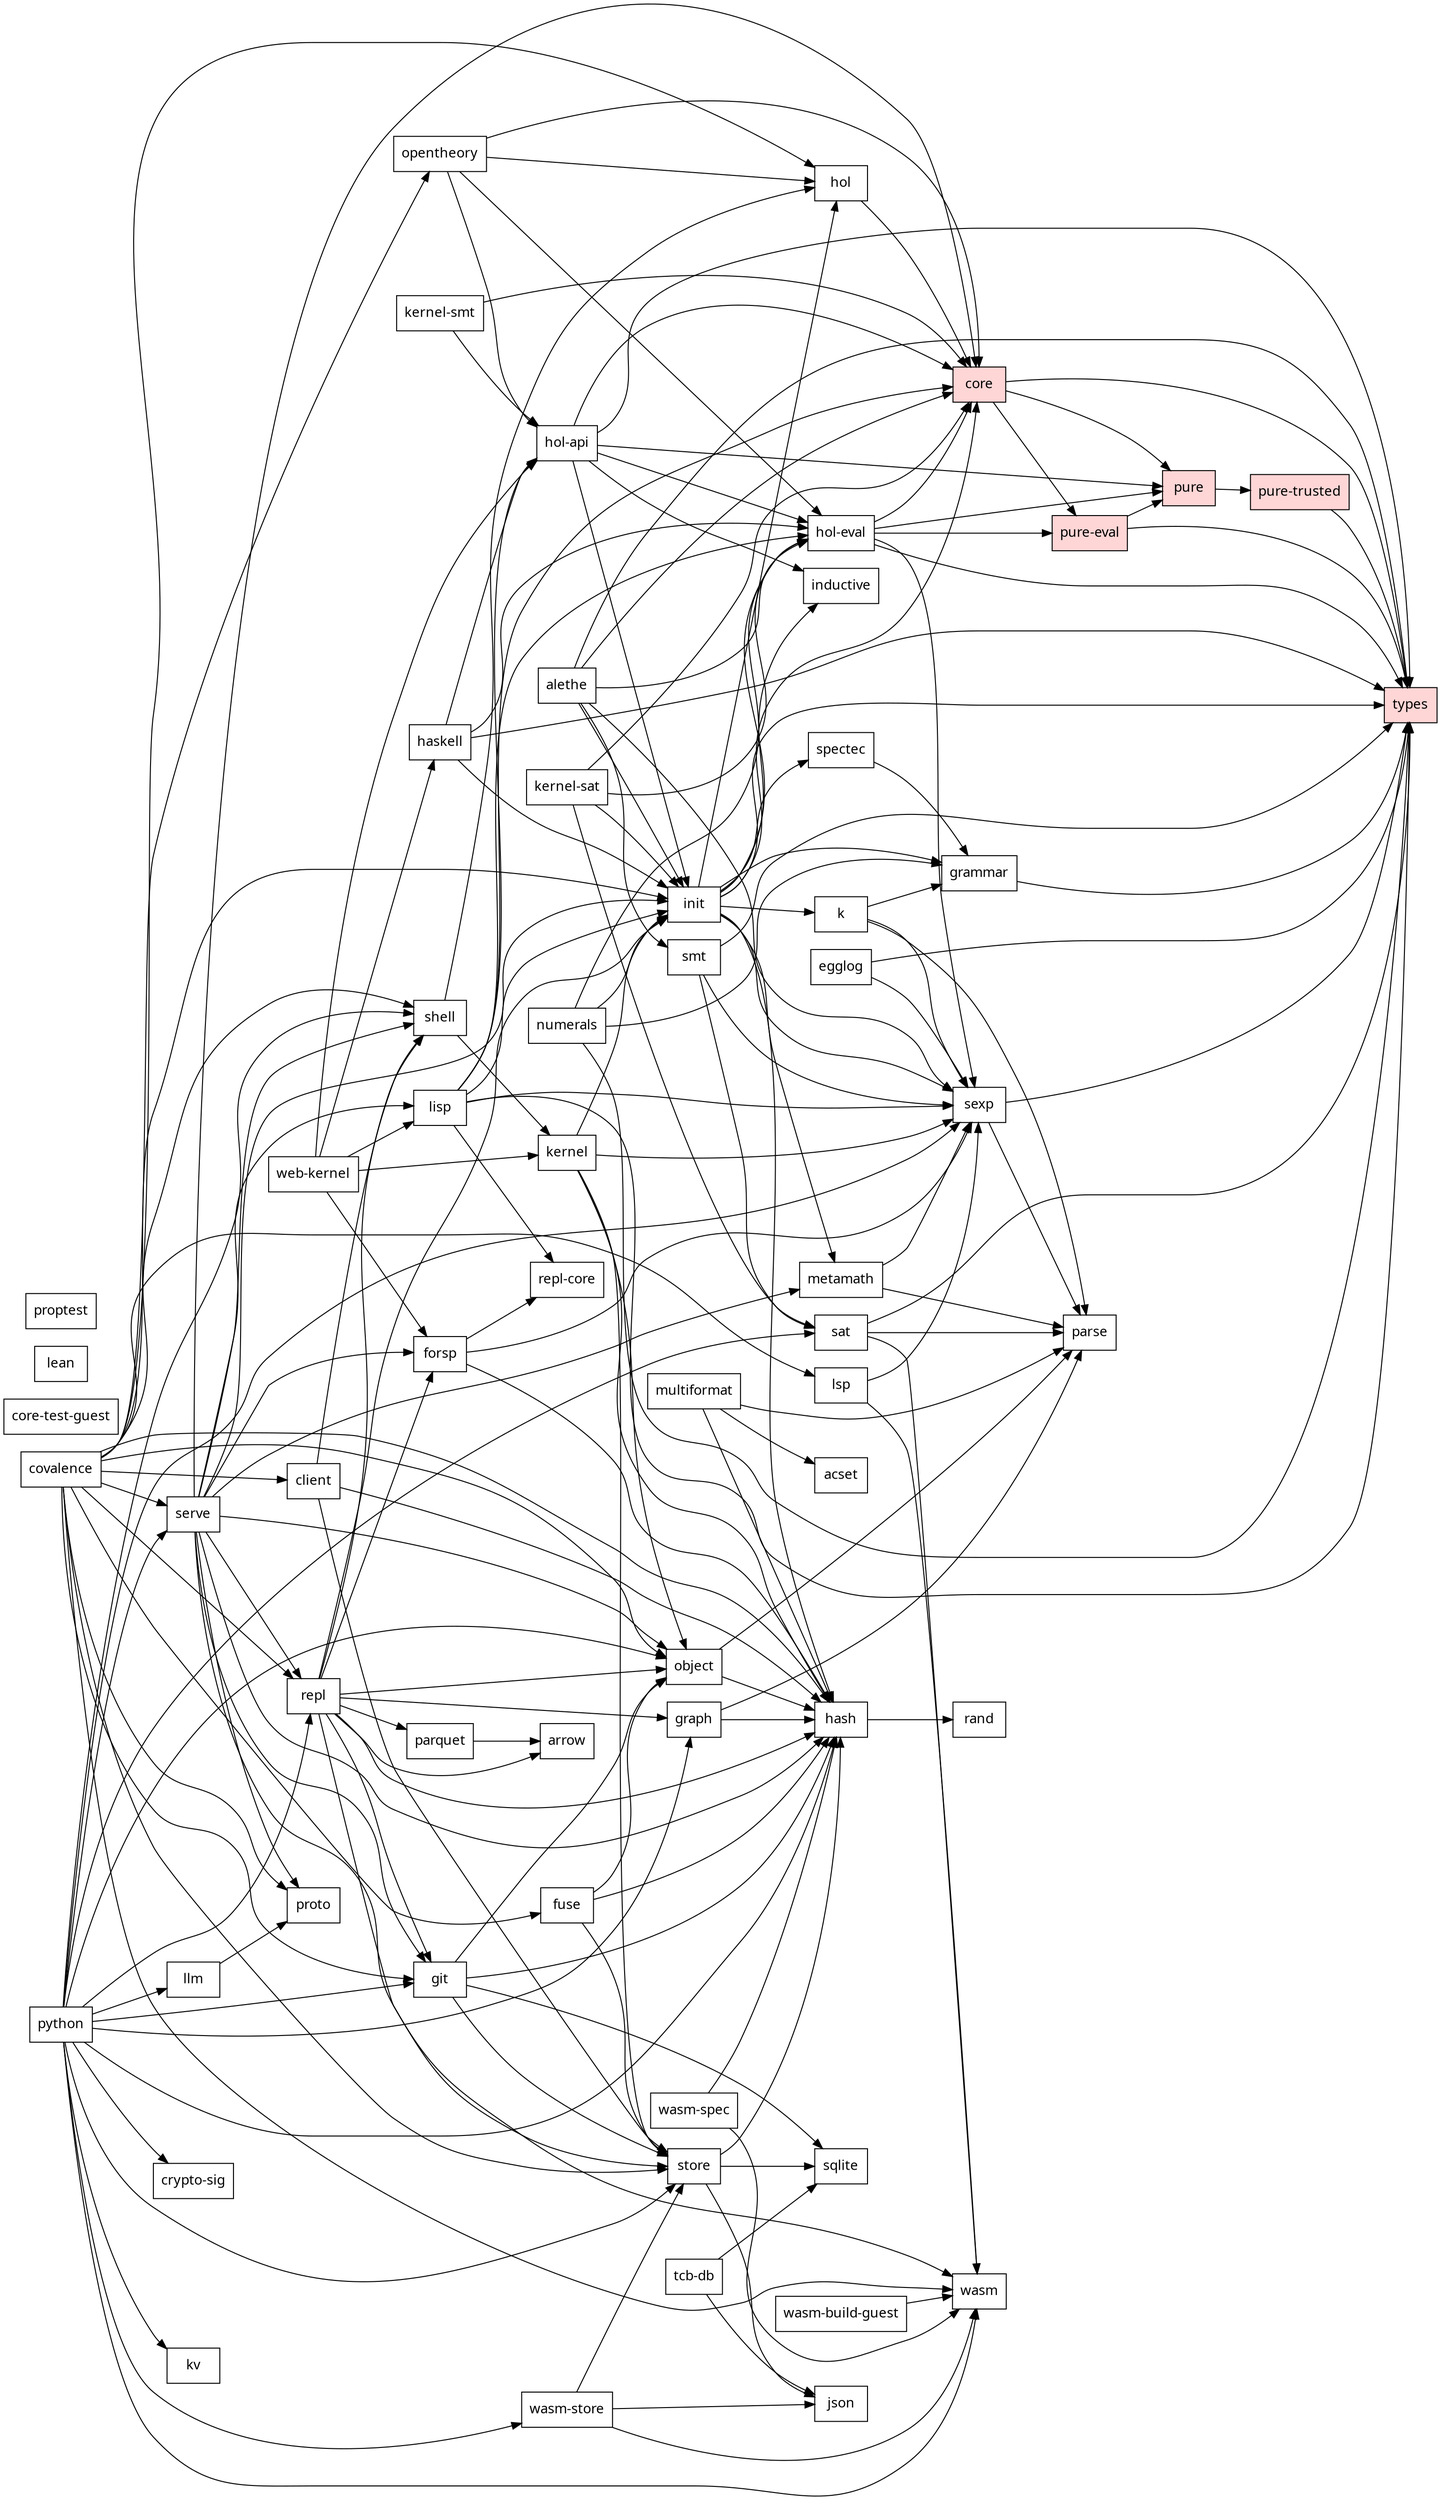
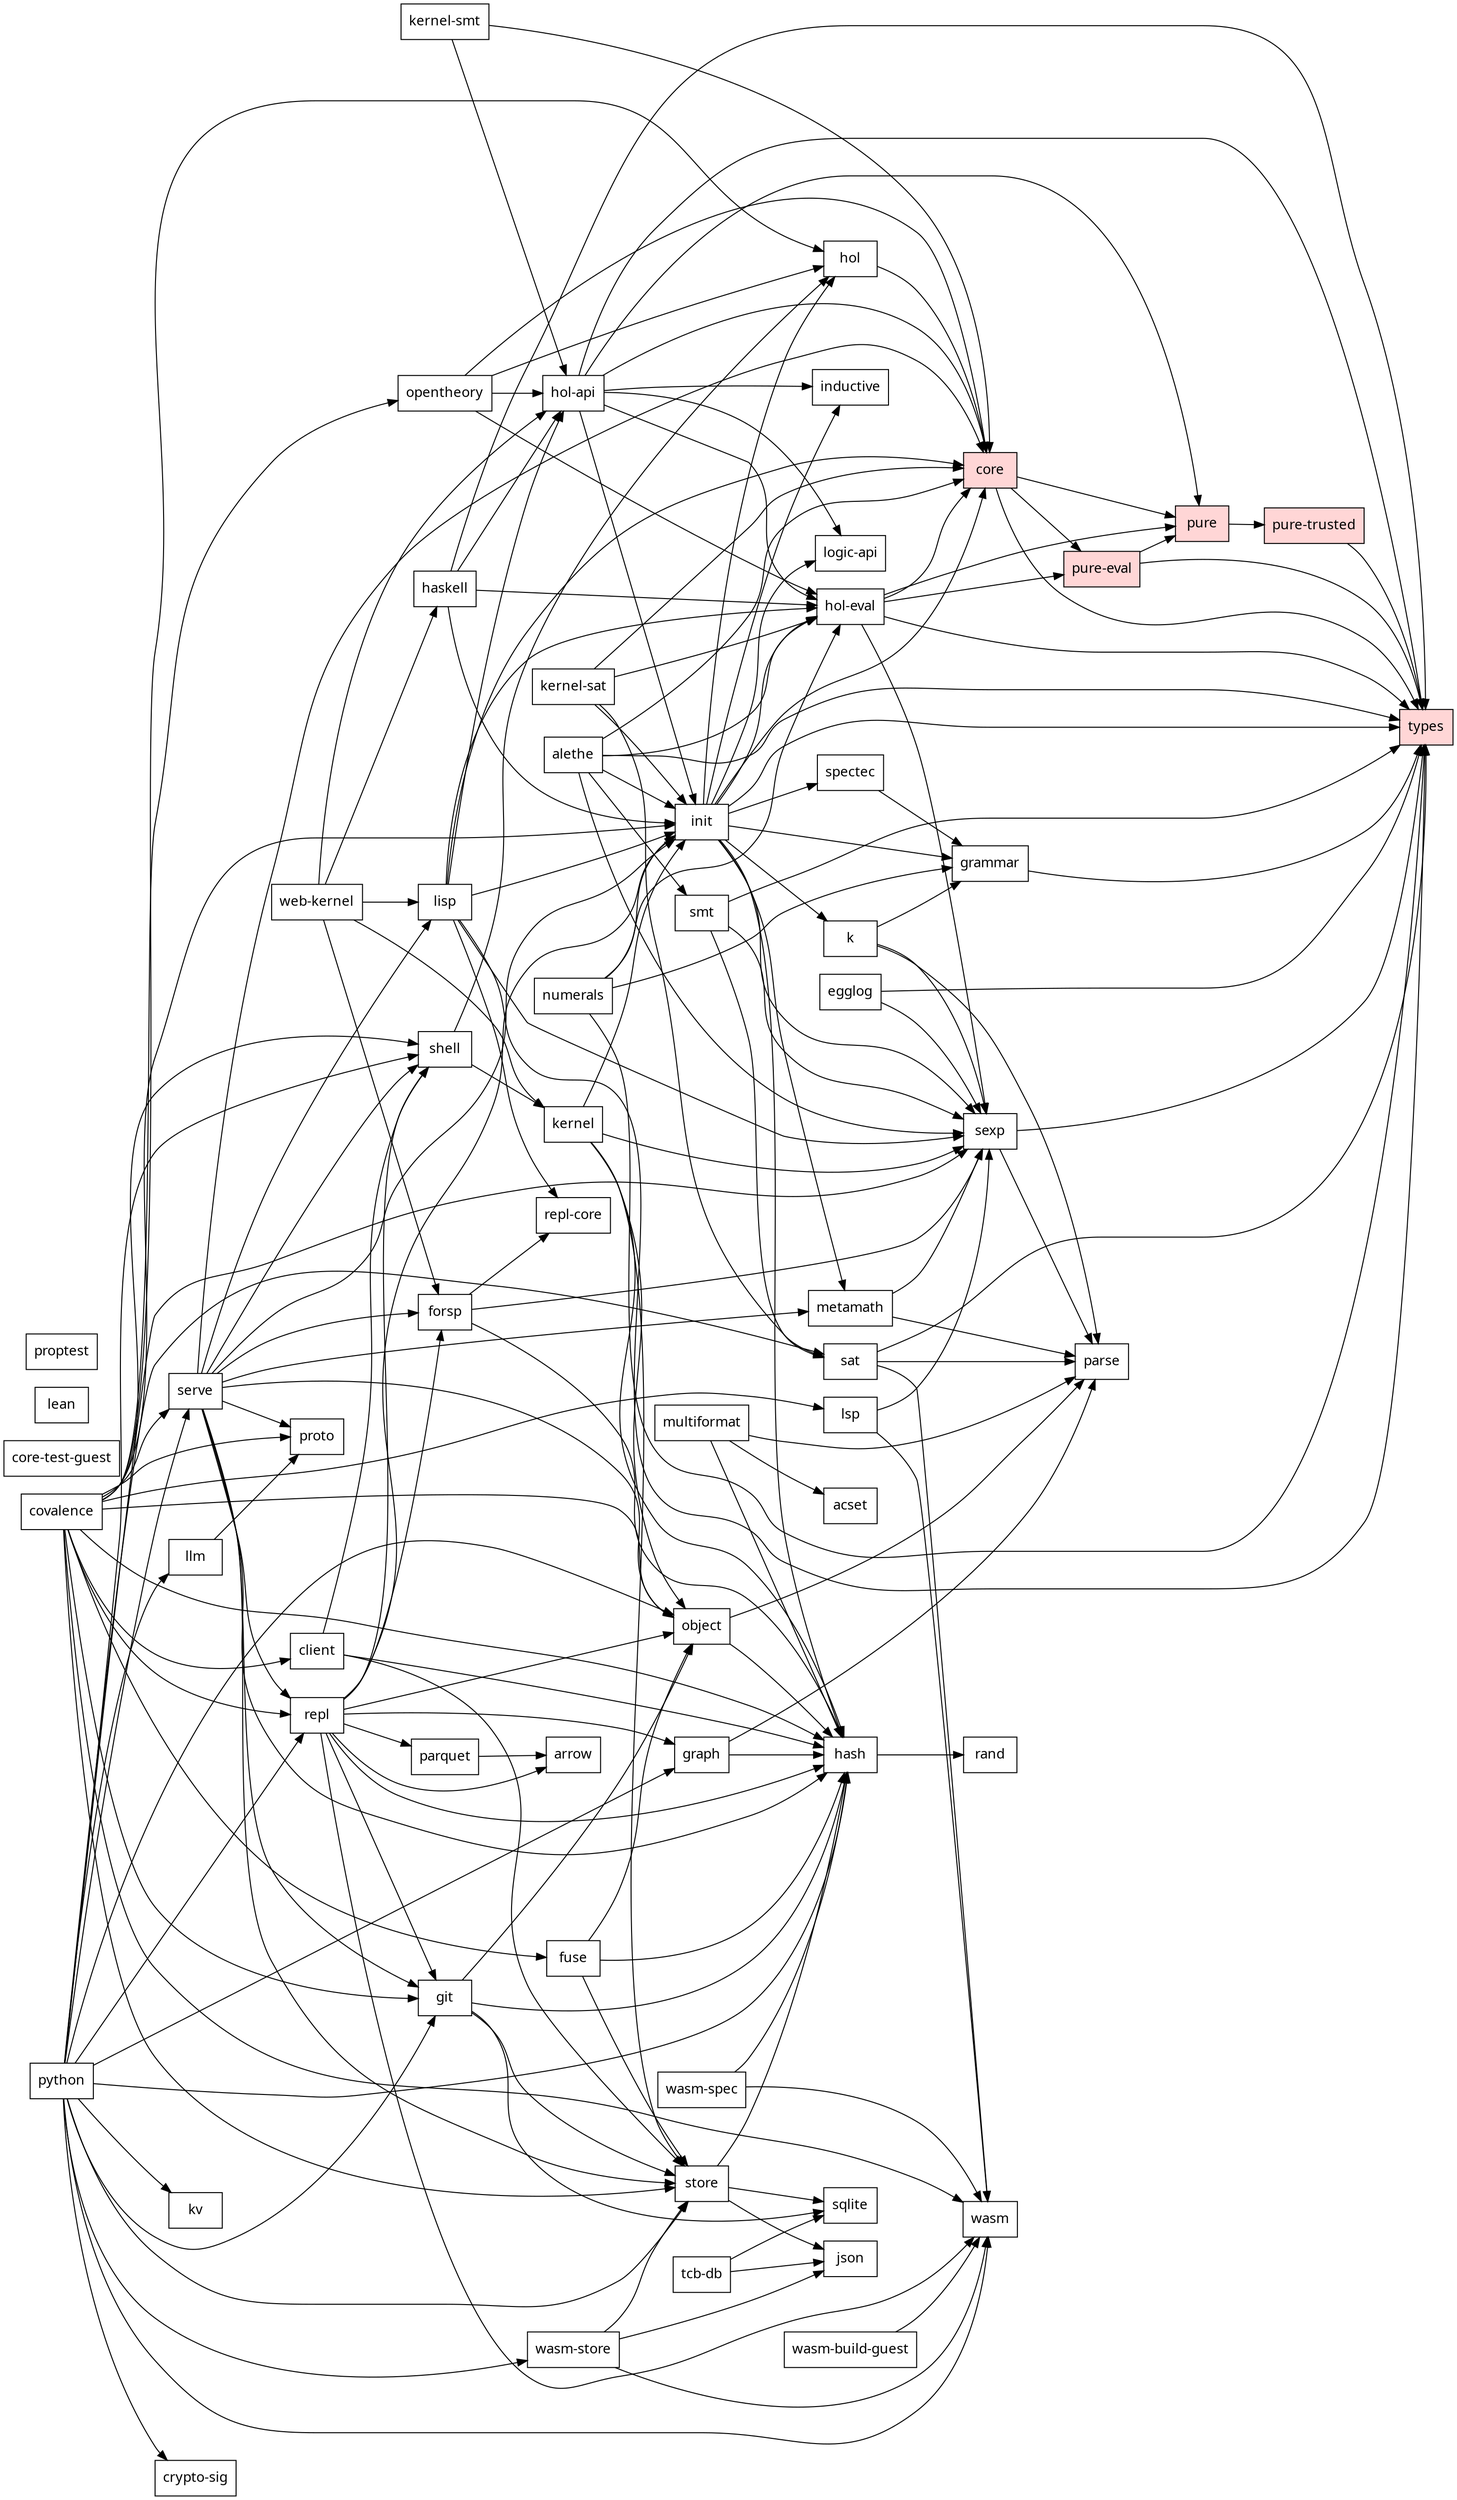
// Generated by scripts/dep-graph.mjs — do not edit (run `bun run deps`).
digraph deps {
  rankdir=LR;
  node [shape=box, fontname="sans-serif"];
  "covalence";
  "acset";
  "alethe";
  "arrow";
  "client";
  "core" [style=filled, fillcolor="#ffd6d6"];
  "core-test-guest";
  "crypto-sig";
  "egglog";
  "forsp";
  "fuse";
  "git";
  "grammar";
  "graph";
  "hash";
  "haskell";
  "hol";
  "hol-api";
  "hol-eval";
  "inductive";
  "init";
  "json";
  "k";
  "kernel";
  "kernel-sat";
  "kernel-smt";
  "kv";
  "lean";
  "lisp";
  "llm";
+   "logic-api";
  "lsp";
  "metamath";
  "multiformat";
  "numerals";
  "object";
  "opentheory";
  "parquet";
  "parse";
  "proptest";
  "proto";
  "pure" [style=filled, fillcolor="#ffd6d6"];
  "pure-eval" [style=filled, fillcolor="#ffd6d6"];
  "pure-trusted" [style=filled, fillcolor="#ffd6d6"];
  "python";
  "rand";
  "repl";
  "repl-core";
  "sat";
  "serve";
  "sexp";
  "shell";
  "smt";
  "spectec";
  "sqlite";
  "store";
  "tcb-db";
  "types" [style=filled, fillcolor="#ffd6d6"];
  "wasm";
  "wasm-build-guest";
  "wasm-spec";
  "wasm-store";
  "web-kernel";
  "covalence" -> "client";
  "covalence" -> "fuse";
  "covalence" -> "git";
  "covalence" -> "hash";
  "covalence" -> "hol";
  "covalence" -> "init";
  "covalence" -> "lsp";
  "covalence" -> "object";
  "covalence" -> "opentheory";
  "covalence" -> "proto";
  "covalence" -> "repl";
  "covalence" -> "serve";
  "covalence" -> "shell";
  "covalence" -> "store";
  "covalence" -> "wasm";
  "alethe" -> "core";
  "alethe" -> "hol-eval";
  "alethe" -> "init";
  "alethe" -> "sexp";
  "alethe" -> "smt";
  "alethe" -> "types";
  "client" -> "hash";
  "client" -> "shell";
  "client" -> "store";
  "core" -> "pure";
  "core" -> "pure-eval";
  "core" -> "types";
  "egglog" -> "sexp";
  "egglog" -> "types";
  "forsp" -> "hash";
  "forsp" -> "repl-core";
  "forsp" -> "sexp";
  "fuse" -> "hash";
  "fuse" -> "object";
  "fuse" -> "store";
  "git" -> "hash";
  "git" -> "object";
  "git" -> "sqlite";
  "git" -> "store";
  "grammar" -> "types";
  "graph" -> "hash";
  "graph" -> "parse";
  "hash" -> "rand";
  "haskell" -> "hol-api";
  "haskell" -> "hol-eval";
  "haskell" -> "init";
  "haskell" -> "types";
  "hol" -> "core";
  "hol-api" -> "core";
  "hol-api" -> "hol-eval";
  "hol-api" -> "inductive";
  "hol-api" -> "init";
+   "hol-api" -> "logic-api";
  "hol-api" -> "pure";
  "hol-api" -> "types";
  "hol-eval" -> "core";
  "hol-eval" -> "pure";
  "hol-eval" -> "pure-eval";
  "hol-eval" -> "sexp";
  "hol-eval" -> "types";
  "init" -> "core";
  "init" -> "grammar";
  "init" -> "hash";
  "init" -> "hol";
  "init" -> "hol-eval";
  "init" -> "inductive";
  "init" -> "k";
+   "init" -> "logic-api";
  "init" -> "metamath";
  "init" -> "sexp";
  "init" -> "spectec";
  "init" -> "types";
  "k" -> "grammar";
  "k" -> "parse";
  "k" -> "sexp";
  "kernel" -> "hash";
  "kernel" -> "init";
  "kernel" -> "object";
  "kernel" -> "sexp";
  "kernel" -> "store";
  "kernel-sat" -> "core";
  "kernel-sat" -> "hol-eval";
  "kernel-sat" -> "init";
  "kernel-sat" -> "sat";
  "kernel-smt" -> "core";
  "kernel-smt" -> "hol-api";
  "lisp" -> "core";
  "lisp" -> "hol-api";
  "lisp" -> "hol-eval";
  "lisp" -> "init";
  "lisp" -> "repl-core";
  "lisp" -> "sexp";
  "lisp" -> "types";
  "llm" -> "proto";
  "lsp" -> "sexp";
  "lsp" -> "wasm";
  "metamath" -> "parse";
  "metamath" -> "sexp";
  "multiformat" -> "acset";
  "multiformat" -> "hash";
  "multiformat" -> "parse";
  "numerals" -> "grammar";
  "numerals" -> "hol-eval";
  "numerals" -> "init";
  "numerals" -> "types";
  "object" -> "hash";
  "object" -> "parse";
  "opentheory" -> "core";
  "opentheory" -> "hol";
  "opentheory" -> "hol-api";
  "opentheory" -> "hol-eval";
  "parquet" -> "arrow";
  "pure" -> "pure-trusted";
  "pure-eval" -> "pure";
  "pure-eval" -> "types";
  "pure-trusted" -> "types";
  "python" -> "crypto-sig";
  "python" -> "git";
  "python" -> "graph";
  "python" -> "hash";
  "python" -> "kv";
  "python" -> "llm";
  "python" -> "object";
  "python" -> "repl";
  "python" -> "sat";
  "python" -> "serve";
  "python" -> "sexp";
  "python" -> "shell";
  "python" -> "store";
  "python" -> "wasm";
  "python" -> "wasm-store";
  "repl" -> "arrow";
  "repl" -> "forsp";
  "repl" -> "git";
  "repl" -> "graph";
  "repl" -> "hash";
  "repl" -> "init";
  "repl" -> "object";
  "repl" -> "parquet";
  "repl" -> "shell";
  "repl" -> "wasm";
  "sat" -> "parse";
  "sat" -> "types";
  "sat" -> "wasm";
  "serve" -> "core";
  "serve" -> "forsp";
  "serve" -> "git";
  "serve" -> "hash";
  "serve" -> "init";
  "serve" -> "lisp";
  "serve" -> "metamath";
  "serve" -> "object";
  "serve" -> "proto";
  "serve" -> "repl";
  "serve" -> "shell";
  "serve" -> "store";
  "sexp" -> "parse";
  "sexp" -> "types";
  "shell" -> "hol";
  "shell" -> "kernel";
  "smt" -> "sat";
  "smt" -> "sexp";
  "smt" -> "types";
  "spectec" -> "grammar";
  "store" -> "hash";
  "store" -> "json";
  "store" -> "sqlite";
  "tcb-db" -> "json";
  "tcb-db" -> "sqlite";
  "wasm-build-guest" -> "wasm";
  "wasm-spec" -> "hash";
  "wasm-spec" -> "wasm";
  "wasm-store" -> "json";
  "wasm-store" -> "store";
  "wasm-store" -> "wasm";
  "web-kernel" -> "forsp";
  "web-kernel" -> "haskell";
  "web-kernel" -> "hol-api";
  "web-kernel" -> "kernel";
  "web-kernel" -> "lisp";
}
